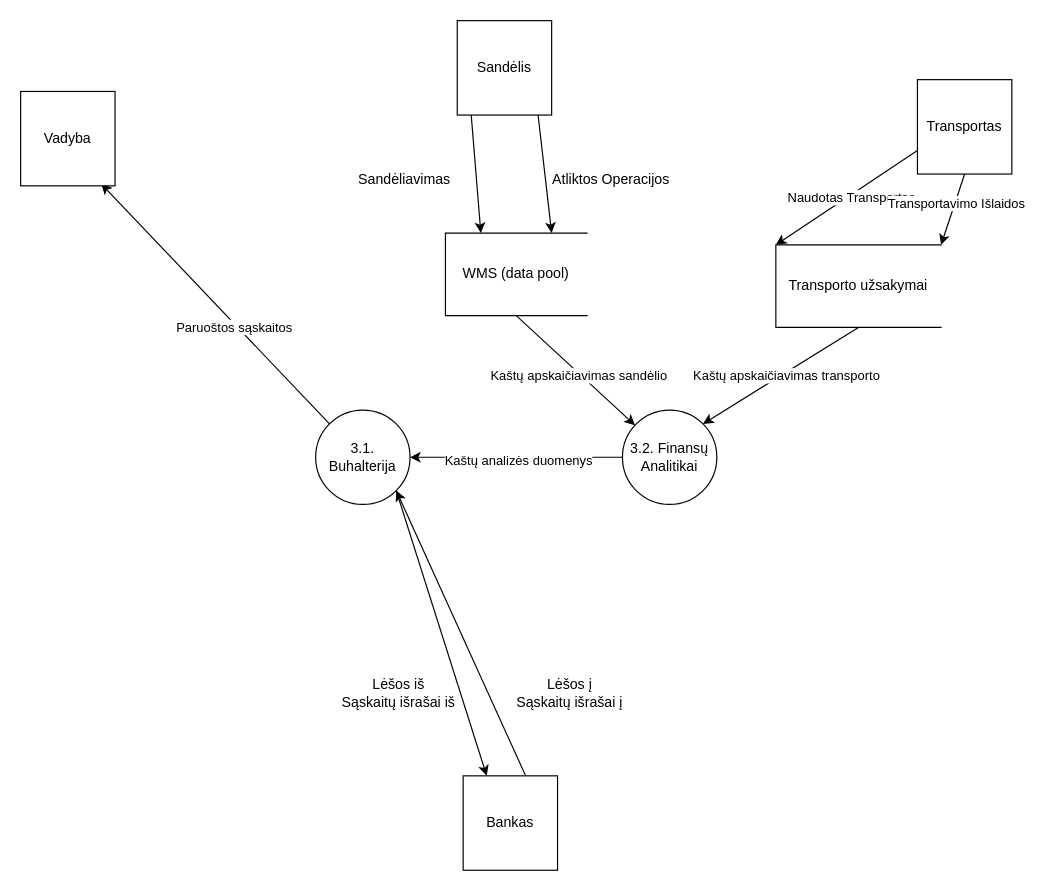
Earlier version of the draw.io diagram page "Pirmas Lygis" (3 of 4) of Untitled Diagram.drawio (D0mazo/Studijos). Source tidied: cells renumbered, new cells numbered last; positions are measured from the earlier drawing's top-left corner, leaving out a move shared by most shapes. Both pictures are drawn from the tidied source at 118%, with x=0, y=0 at pixel (20, 20).
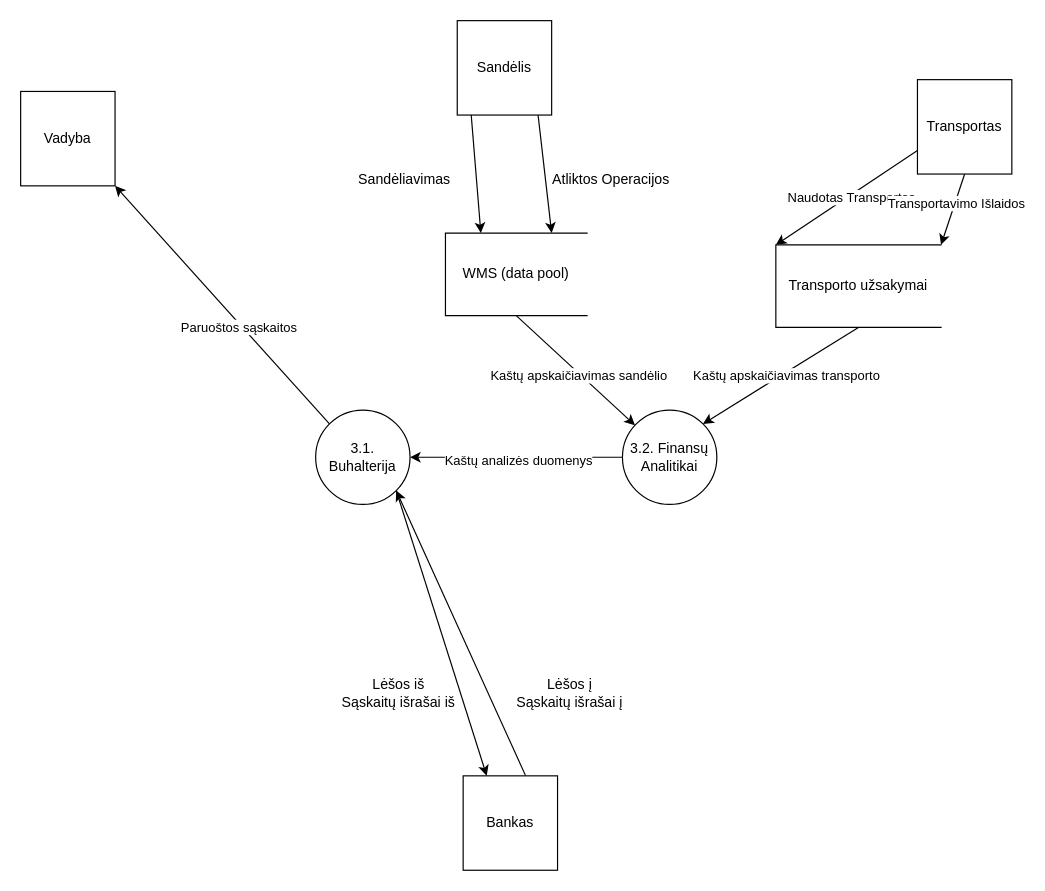
Above is the later version.

The change refers to these unchanged cells:
```xml
<mxCell id="16" value="3.1. Buhalterija" style="ellipse;whiteSpace=wrap;html=1;" parent="1" vertex="1">
  <mxGeometry x="250" y="330" width="80" height="80" as="geometry" />
</mxCell>
<mxCell id="25" value="Vadyba" style="whiteSpace=wrap;html=1;" parent="1" vertex="1">
  <mxGeometry y="60" width="80" height="80" as="geometry" />
</mxCell>
```

Change to the diagram source:
```diff
@@
-    <mxCell id="23" style="endArrow=classic;html=1;rounded=0;exitX=0;exitY=0;exitDx=0;exitDy=0;entryX=1;entryY=1;entryDx=0;entryDy=0;strokeWidth=1;" parent="1" edge="1" source="16">
-      <mxGeometry relative="1" as="geometry">
-        <mxPoint x="68.3" y="138.3" as="targetPoint" />
-      </mxGeometry>
+    <mxCell id="23" style="endArrow=classic;html=1;rounded=0;exitX=0;exitY=0;exitDx=0;exitDy=0;entryX=1;entryY=1;entryDx=0;entryDy=0;strokeWidth=1;" parent="1" edge="1" source="16" target="25">
+      <mxGeometry relative="1" as="geometry" />
     </mxCell>
```
